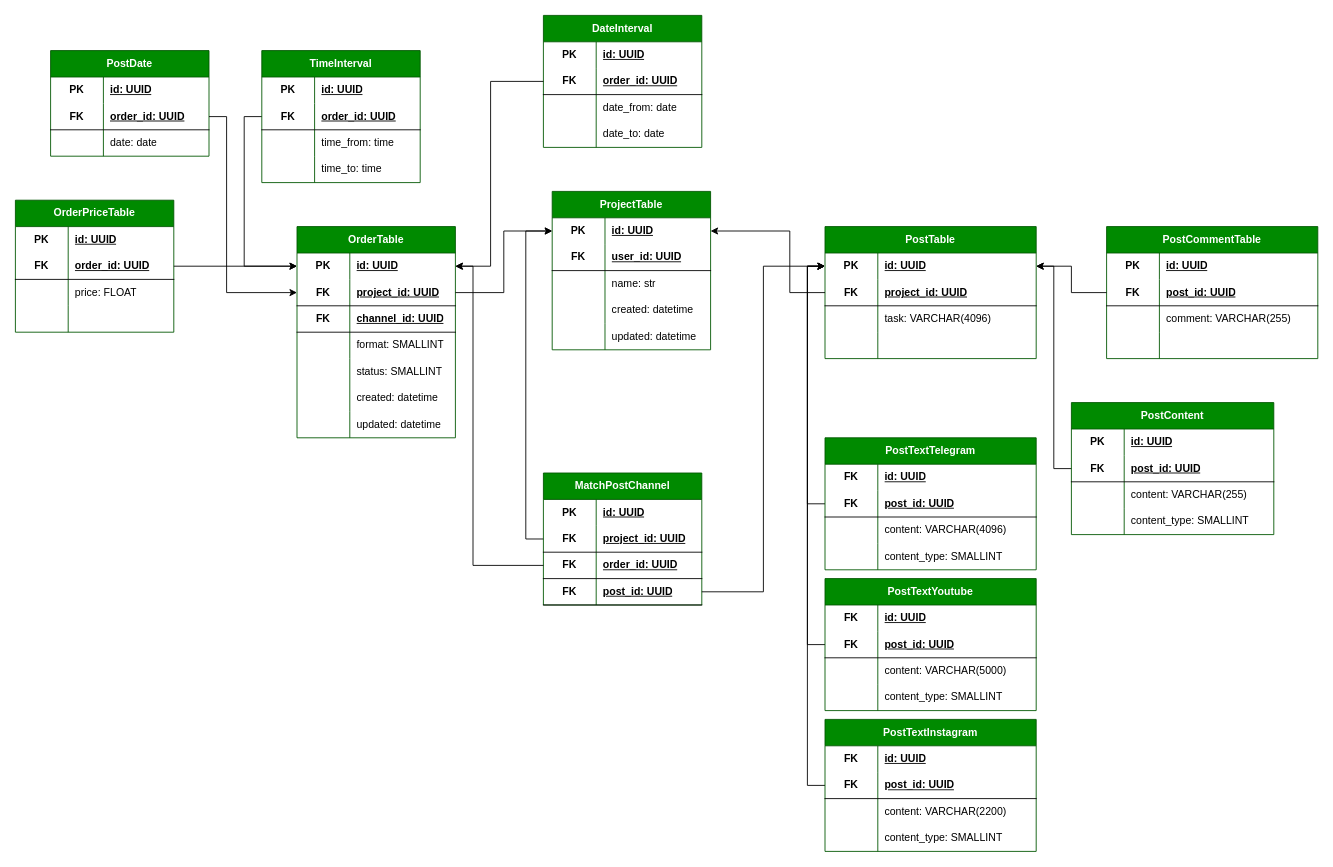
This is page "order flow" (7 of 7) of Advertiser-Blogger.drawio from KmvRoman/Diagrams, a draw.io file, before an edit. Source tidied: cells renumbered, new cells numbered last; positions are measured from the earlier drawing's top-left corner, leaving out a move shared by most shapes. Both pictures are drawn from the tidied source at 88%, with x=0, y=0 at pixel (15, 15).
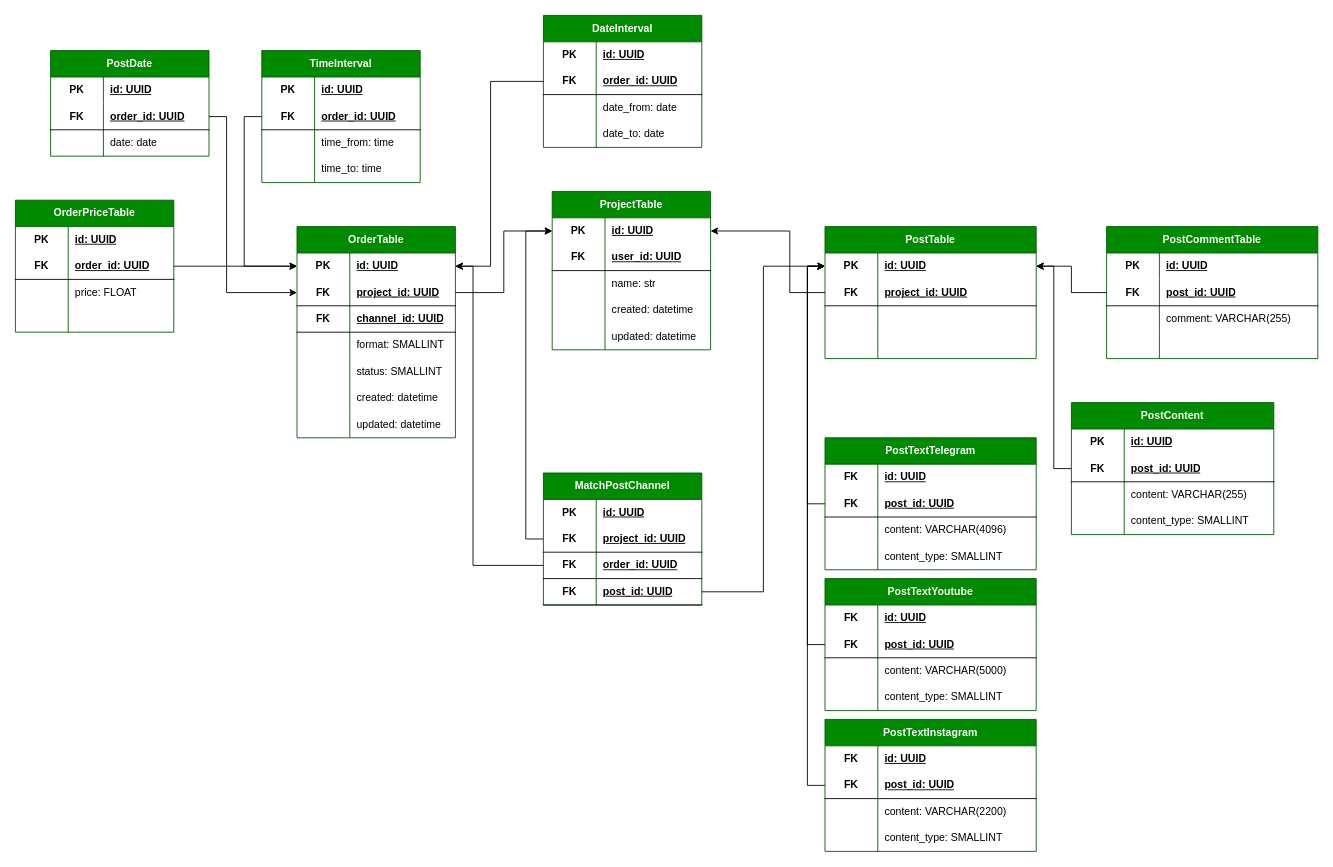
The same page after the edit.

Unchanged cells that the change refers to:
```xml
<mxCell id="25" style="shape=tableRow;horizontal=0;startSize=0;swimlaneHead=0;swimlaneBody=0;fillColor=none;top=0;left=0;right=0;bottom=0;html=1;" parent="18" vertex="1">
  <mxGeometry y="90" width="240" height="30" as="geometry" />
</mxCell>
```

What changed in the source:
```diff
@@
-    <mxCell id="27" value="task: VARCHAR(4096)" style="shape=partialRectangle;fillColor=none;top=0;left=0;bottom=0;right=0;align=left;spacingLeft=6;overflow=hidden;html=1;whiteSpace=wrap;" parent="25" vertex="1">
+    <mxCell id="27" style="shape=partialRectangle;fillColor=none;top=0;left=0;bottom=0;right=0;align=left;spacingLeft=6;overflow=hidden;html=1;whiteSpace=wrap;" parent="25" vertex="1">
       <mxGeometry x="60" width="180" height="30" as="geometry" />
     </mxCell>
```
